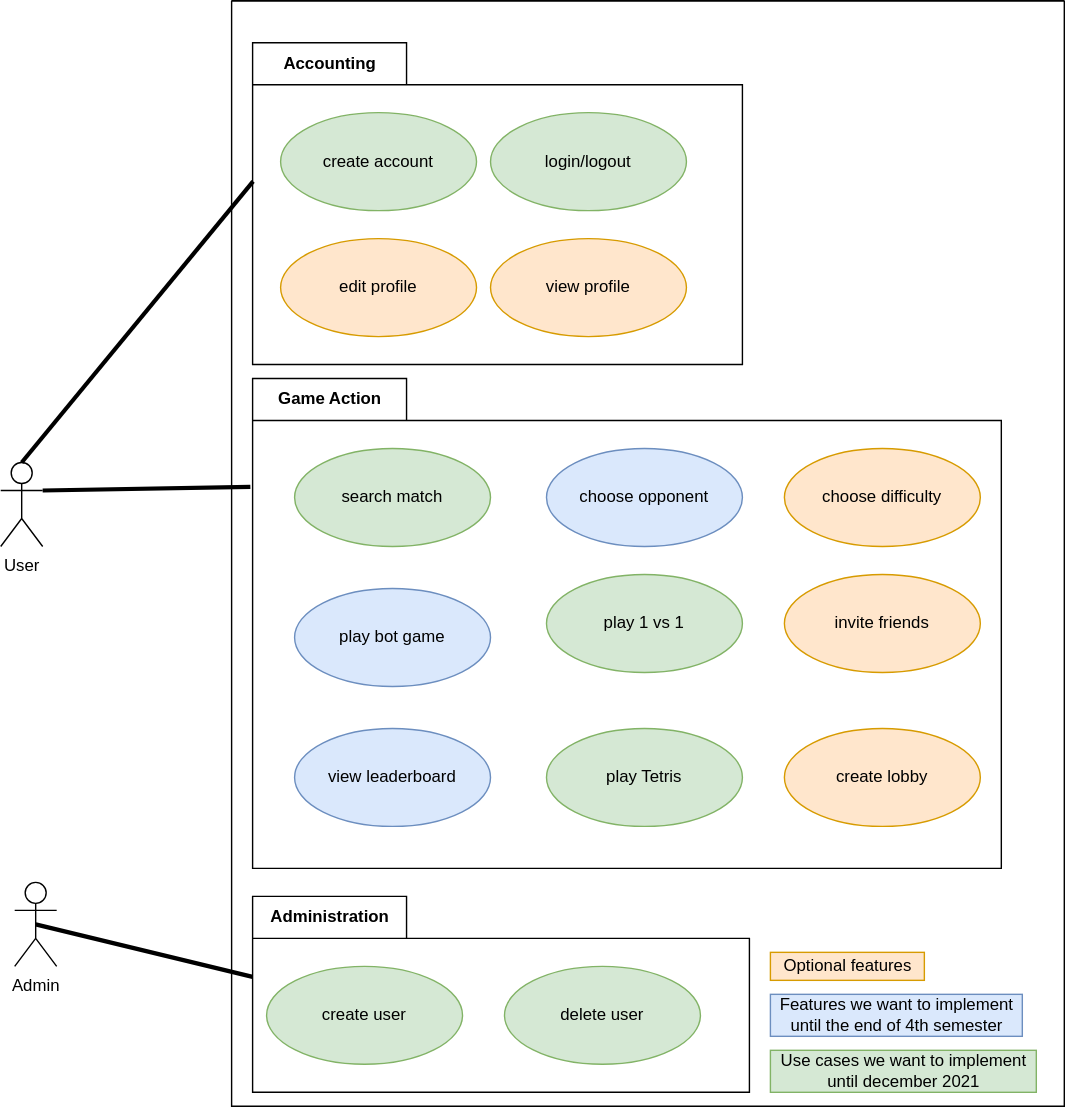
Before: docs/diagrams/UML-use-case-diagram.drawio.svg, a diagram exported from draw.io (13TRIS/13TRIS). Source tidied: cells renumbered, new cells last; positions are measured from the earlier drawing's top-left corner, leaving out a move shared by most shapes.
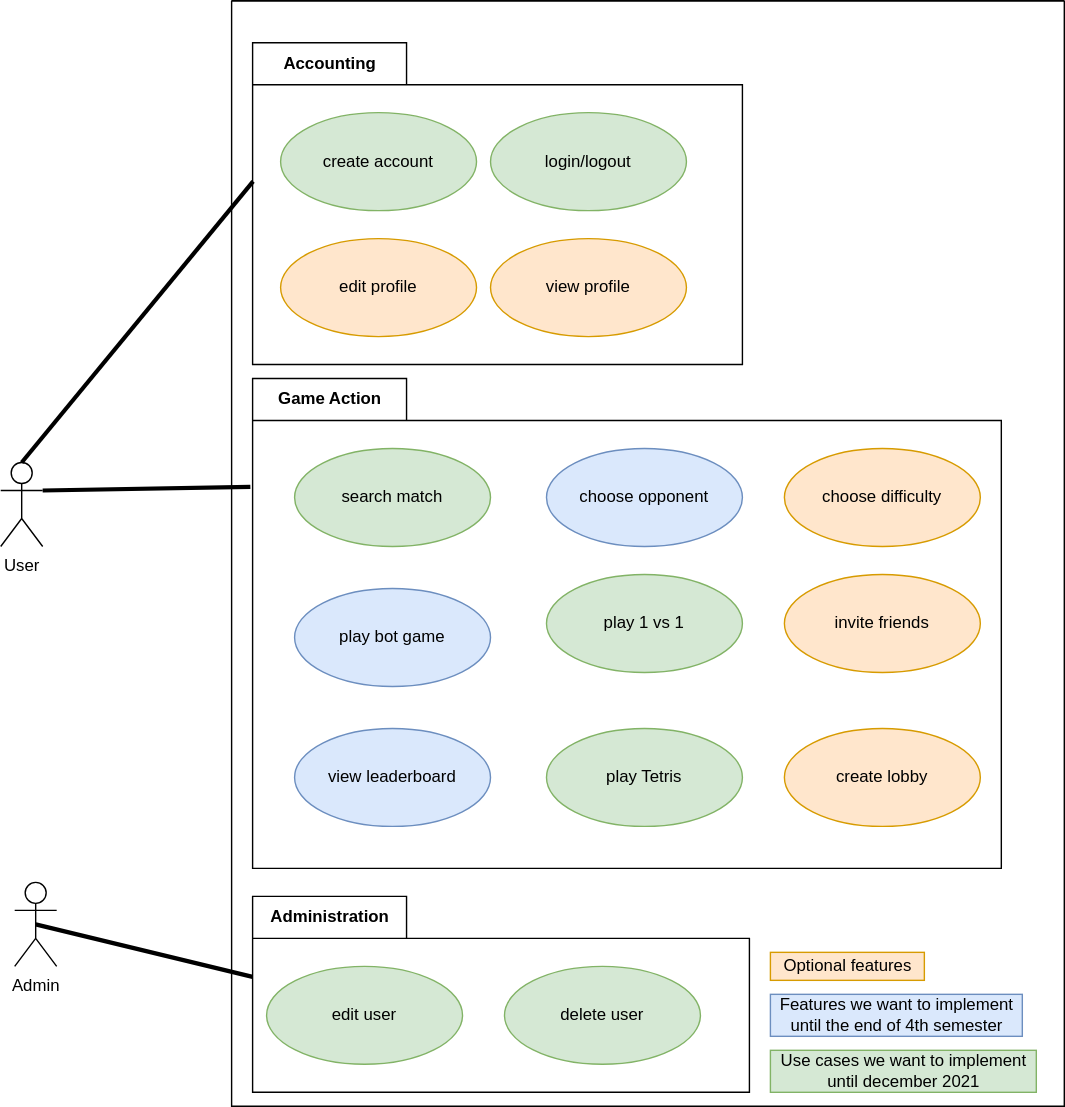
Later version of the same file.

Commit message:
docs: changed "create user" to "edit user" in the use case diagram

Diff of the diagram source:
```diff
@@ -8,7 +8,7 @@
     <mxCell id="3" value="Administration" style="shape=folder;fontStyle=1;tabWidth=110;tabHeight=30;tabPosition=left;html=1;boundedLbl=1;labelInHeader=1;" parent="2" vertex="1">
       <mxGeometry x="15" y="640" width="355" height="140" as="geometry" />
     </mxCell>
-    <mxCell id="4" value="create user" style="ellipse;whiteSpace=wrap;html=1;fillColor=#d5e8d4;strokeColor=#82b366;" parent="3" vertex="1">
+    <mxCell id="4" value="edit user" style="ellipse;whiteSpace=wrap;html=1;fillColor=#d5e8d4;strokeColor=#82b366;" parent="3" vertex="1">
       <mxGeometry x="10" y="50" width="140" height="70" as="geometry" />
     </mxCell>
     <mxCell id="5" value="delete user" style="ellipse;whiteSpace=wrap;html=1;fillColor=#d5e8d4;strokeColor=#82b366;" parent="3" vertex="1">
```
